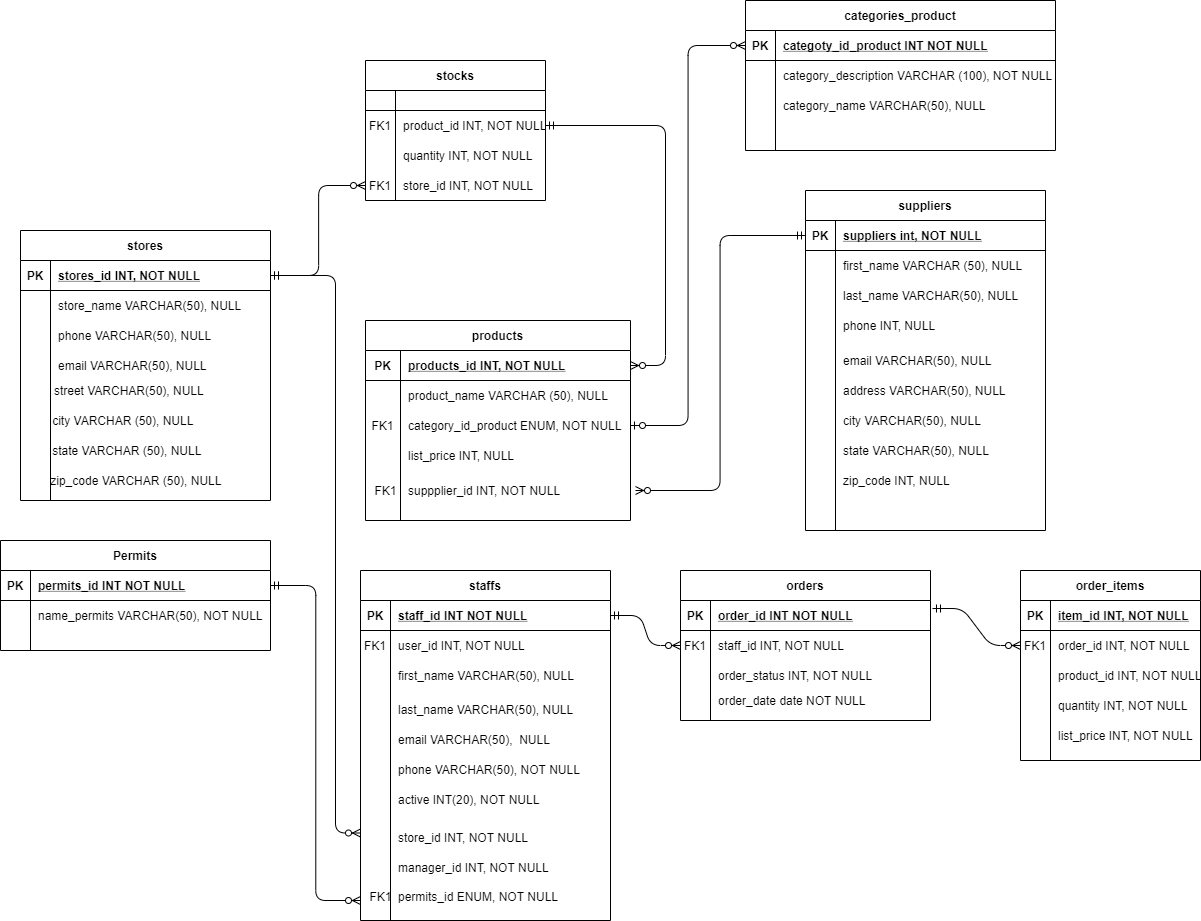
Above: RestaSoft Diagram2.png in RestaSoft/RestaSoft (draw.io), before the change. Source tidied: cells renumbered, new cells last; positions are measured from the earlier drawing's top-left corner, leaving out a move shared by most shapes.
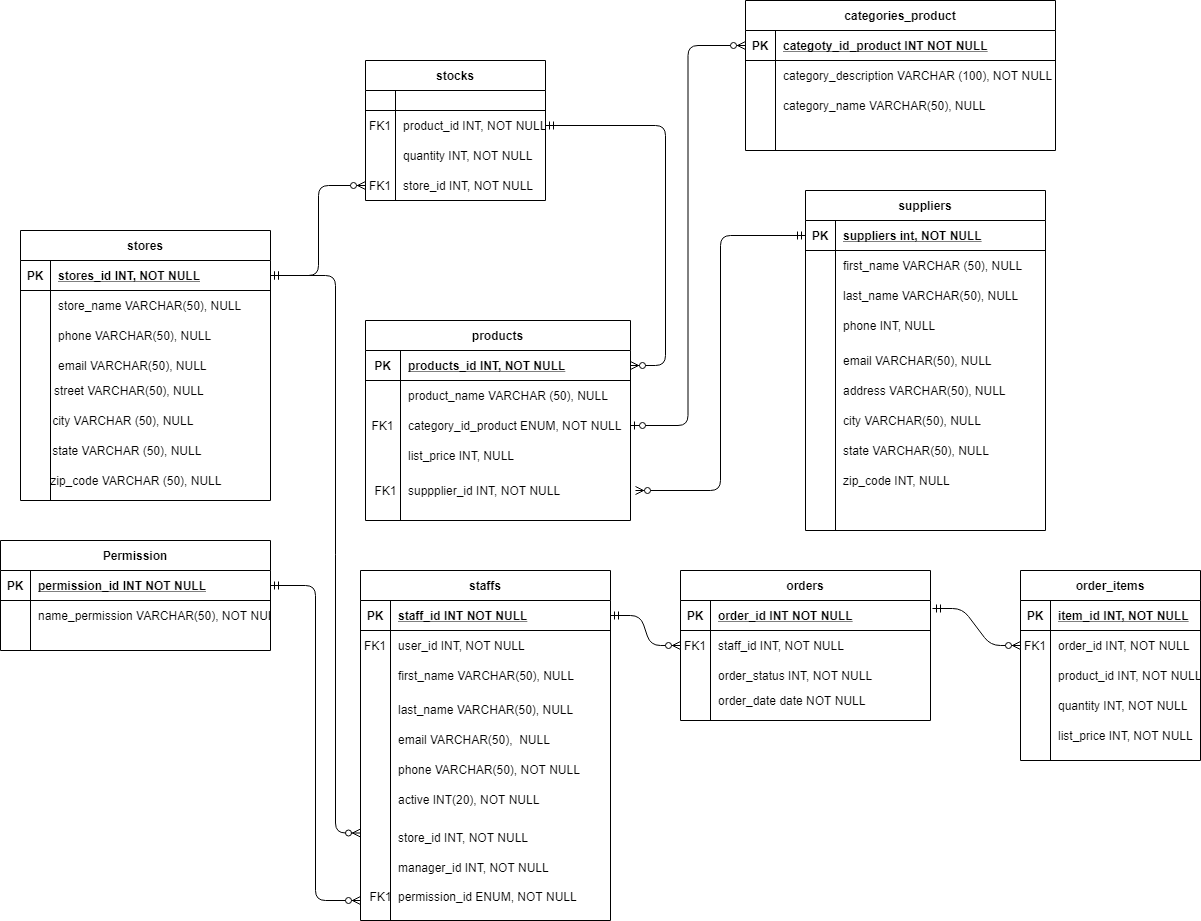
Later version of the same file.

The edit, as a diff of the source:
```diff
@@ -240,7 +240,7 @@
         <mxPoint x="635" y="490" as="targetPoint" />
       </mxGeometry>
     </mxCell>
-    <mxCell id="78" value="Permits" style="shape=table;startSize=30;rowLines=0;fontStyle=1;align=center;" parent="1" vertex="1">
+    <mxCell id="78" value="Permission" style="shape=table;startSize=30;rowLines=0;fontStyle=1;align=center;" parent="1" vertex="1">
       <mxGeometry y="540" width="270" height="110" as="geometry" />
     </mxCell>
     <mxCell id="79" style="shape=partialRectangle;fillColor=none;top=0;left=0;bottom=1;right=0;points=[[0,0.5],[1,0.5]];portConstraint=eastwest;" parent="78" vertex="1">
@@ -249,7 +249,7 @@
     <mxCell id="80" value="PK" style="shape=partialRectangle;fillColor=none;top=0;left=0;bottom=0;right=0;fontStyle=1;overflow=hidden;" parent="79" vertex="1">
       <mxGeometry width="30" height="30" as="geometry" />
     </mxCell>
-    <mxCell id="81" value="permits_id INT NOT NULL" style="shape=partialRectangle;fillColor=none;top=0;left=0;bottom=0;right=0;align=left;spacingLeft=6;fontStyle=5;overflow=hidden;" parent="79" vertex="1">
+    <mxCell id="81" value="permission_id INT NOT NULL" style="shape=partialRectangle;fillColor=none;top=0;left=0;bottom=0;right=0;align=left;spacingLeft=6;fontStyle=5;overflow=hidden;" parent="79" vertex="1">
       <mxGeometry x="30" width="240" height="30" as="geometry" />
     </mxCell>
     <mxCell id="82" style="shape=partialRectangle;fillColor=none;top=0;left=0;bottom=0;right=0;" parent="78" vertex="1">
@@ -258,7 +258,7 @@
     <mxCell id="83" style="shape=partialRectangle;fillColor=none;top=0;left=0;bottom=0;right=0;overflow=hidden;" parent="82" vertex="1">
       <mxGeometry width="30" height="30" as="geometry" />
     </mxCell>
-    <mxCell id="84" value="name_permits VARCHAR(50), NOT NULL" style="shape=partialRectangle;fillColor=none;top=0;left=0;bottom=0;right=0;align=left;spacingLeft=6;overflow=hidden;" parent="82" vertex="1">
+    <mxCell id="84" value="name_permission VARCHAR(50), NOT NULL" style="shape=partialRectangle;fillColor=none;top=0;left=0;bottom=0;right=0;align=left;spacingLeft=6;overflow=hidden;" parent="82" vertex="1">
       <mxGeometry x="30" width="240" height="30" as="geometry" />
     </mxCell>
     <mxCell id="85" style="shape=partialRectangle;fillColor=none;top=0;left=0;bottom=0;right=0;" parent="78" vertex="1">
@@ -408,7 +408,7 @@
     <mxCell id="133" value="FK1" style="text;html=1;align=center;verticalAlign=middle;points=[];" parent="116" vertex="1">
       <mxGeometry y="316.2" width="40" height="20" as="geometry" />
     </mxCell>
-    <mxCell id="134" value="permits_id ENUM, NOT NULL" style="shape=partialRectangle;overflow=hidden;fillColor=none;top=0;left=0;bottom=0;right=0;align=left;spacingLeft=6;" parent="116" vertex="1">
+    <mxCell id="134" value="permission_id ENUM, NOT NULL" style="shape=partialRectangle;overflow=hidden;fillColor=none;top=0;left=0;bottom=0;right=0;align=left;spacingLeft=6;" parent="116" vertex="1">
       <mxGeometry x="30" y="307.2" width="220" height="37.9" as="geometry" />
     </mxCell>
     <mxCell id="135" style="group;" parent="1" vertex="1">
```
